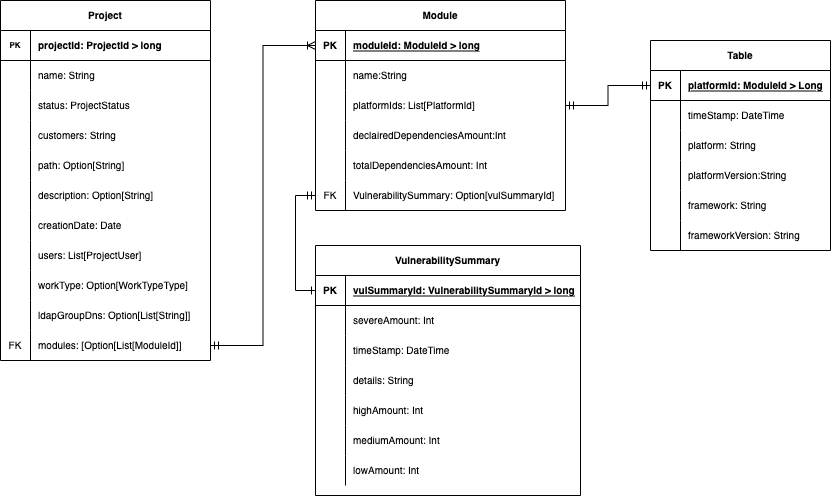
This is gfx/SOUPAPI-PortalDM.png from codefink2020/AfstudeerVerslagFINAL, a draw.io export, as it was before one commit. Source tidied: cells renumbered, new cells last; positions are measured from the earlier drawing's top-left corner, leaving out a move shared by most shapes.
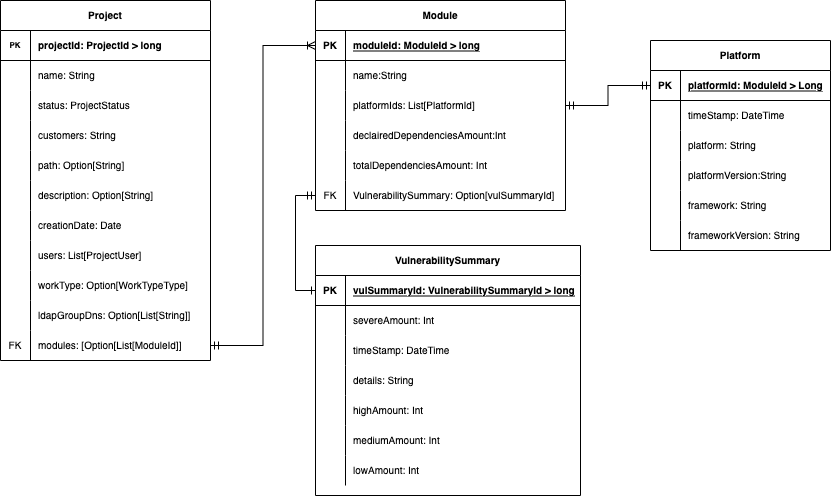
Above is the later version.

The edit, as a diff of the source:
```diff
@@ -233,7 +233,7 @@
     <mxCell id="78" style="edgeStyle=orthogonalEdgeStyle;rounded=0;jettySize=auto;html=1;exitX=0;exitY=0.5;exitDx=0;exitDy=0;entryX=0;entryY=0.5;entryDx=0;entryDy=0;fontSize=10;startArrow=ERmandOne;startFill=0;endArrow=ERone;endFill=0;" parent="1" edge="1" source="52" target="57">
       <mxGeometry relative="1" as="geometry" />
     </mxCell>
-    <mxCell id="79" value="Table" style="shape=table;startSize=30;rowLines=0;fontStyle=1;align=center;fontSize=10;" parent="1" vertex="1">
+    <mxCell id="79" value="Platform" style="shape=table;startSize=30;rowLines=0;fontStyle=1;align=center;fontSize=10;" parent="1" vertex="1">
       <mxGeometry x="650" y="40" width="180" height="210" as="geometry" />
     </mxCell>
     <mxCell id="80" style="shape=tableRow;horizontal=0;startSize=0;swimlaneHead=0;swimlaneBody=0;fillColor=none;points=[[0,0.5],[1,0.5]];portConstraint=eastwest;top=0;left=0;right=0;bottom=1;fontSize=10;" parent="79" vertex="1">
```
